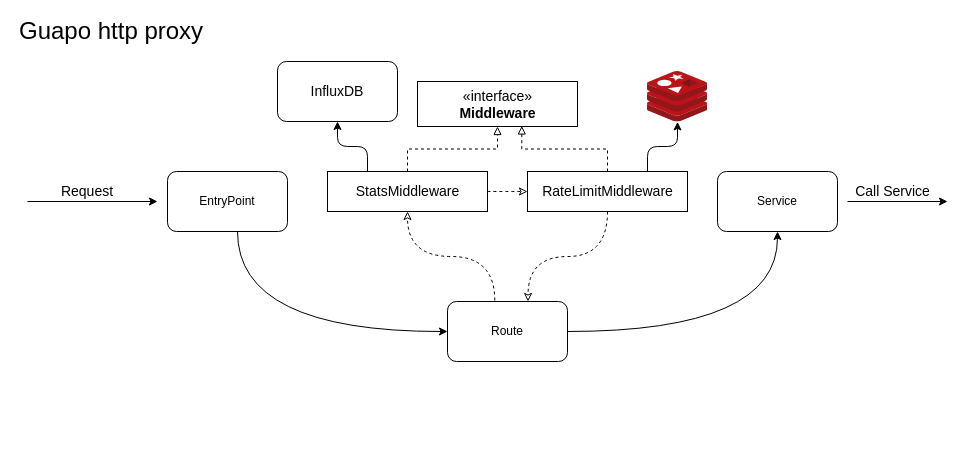
Above: proxy.drawio in edubarbieri/proxy (draw.io), before the change. Source tidied: cells renumbered, new cells numbered last; positions are measured from the earlier drawing's top-left corner, leaving out a move shared by most shapes. Both pictures are drawn from the tidied source at 100%, with x=0, y=0 at pixel (17, 21).
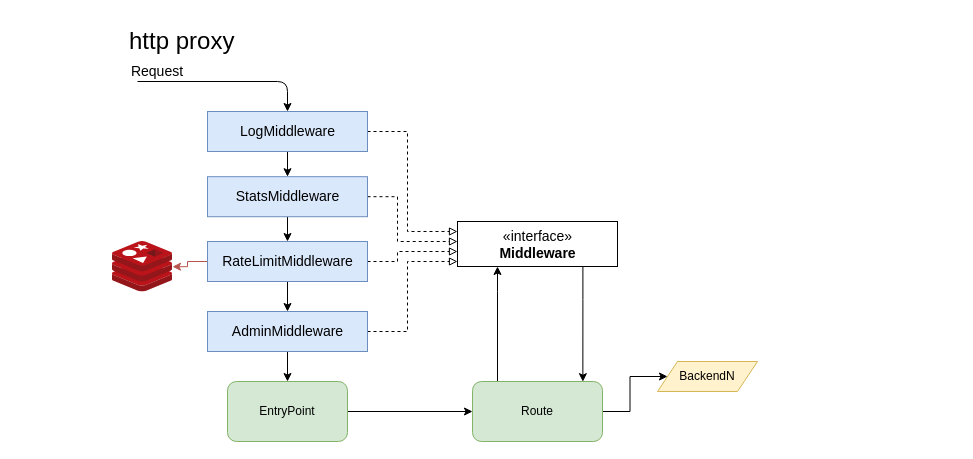
After the change.

The edit, as a diff of the source:
```diff
@@
-    <mxCell id="3" style="edgeStyle=orthogonalEdgeStyle;curved=1;jettySize=auto;html=1;entryX=0;entryY=0.5;entryDx=0;entryDy=0;endArrow=classic;endFill=1;fontSize=14;" parent="1" edge="1" source="4" target="19">
-      <mxGeometry relative="1" as="geometry">
-        <Array as="points">
-          <mxPoint x="220" y="310" />
-        </Array>
-      </mxGeometry>
+    <mxCell id="3" style="edgeStyle=orthogonalEdgeStyle;rounded=0;jettySize=auto;html=1;entryX=0;entryY=0.5;entryDx=0;entryDy=0;endArrow=classic;endFill=1;" parent="1" edge="1" source="4" target="19">
+      <mxGeometry relative="1" as="geometry" />
     </mxCell>
-    <mxCell id="4" value="EntryPoint" style="rounded=1;whiteSpace=wrap;html=1;" parent="1" vertex="1">
-      <mxGeometry x="150" y="150" width="120" height="60" as="geometry" />
+    <mxCell id="4" value="EntryPoint" style="rounded=1;whiteSpace=wrap;html=1;fillColor=#d5e8d4;strokeColor=#82b366;" parent="1" vertex="1">
+      <mxGeometry x="210" y="360" width="120" height="60" as="geometry" />
     </mxCell>
-    <mxCell id="5" value="Guapo http proxy" style="text;html=1;strokeColor=none;fillColor=none;align=left;verticalAlign=middle;whiteSpace=wrap;rounded=0;fontSize=24;" parent="1" vertex="1">
-      <mxGeometry width="270" height="20" as="geometry" />
+    <mxCell id="5" value="http proxy" style="text;html=1;strokeColor=none;fillColor=none;align=left;verticalAlign=middle;whiteSpace=wrap;rounded=0;fontSize=24;" parent="1" vertex="1">
+      <mxGeometry x="110" y="10" width="270" height="20" as="geometry" />
     </mxCell>
+    <mxCell id="25" style="edgeStyle=orthogonalEdgeStyle;rounded=0;jettySize=auto;html=1;entryX=0.849;entryY=0.003;entryDx=0;entryDy=0;entryPerimeter=0;endArrow=classic;endFill=1;" parent="1" edge="1" source="6" target="19">
+      <mxGeometry relative="1" as="geometry">
+        <Array as="points">
+          <mxPoint x="565" y="278" />
+        </Array>
+      </mxGeometry>
+    </mxCell>
     <mxCell id="6" value="«interface»&lt;br style=&quot;font-size: 14px&quot;&gt;&lt;b&gt;Middleware&lt;/b&gt;" style="html=1;fontSize=14;align=center;" parent="1" vertex="1">
-      <mxGeometry x="400" y="60" width="160" height="45" as="geometry" />
+      <mxGeometry x="440" y="200" width="160" height="45" as="geometry" />
     </mxCell>
-    <mxCell id="7" style="edgeStyle=orthogonalEdgeStyle;rounded=0;jettySize=auto;html=1;dashed=1;endArrow=block;endFill=0;fontSize=14;" parent="1" edge="1" source="10" target="6">
-      <mxGeometry relative="1" as="geometry" />
-    </mxCell>
-    <mxCell id="8" style="edgeStyle=orthogonalEdgeStyle;curved=1;jettySize=auto;html=1;entryX=0;entryY=0.5;entryDx=0;entryDy=0;dashed=1;endArrow=classic;endFill=0;fontSize=14;" parent="1" edge="1" source="10" target="15">
+    <mxCell id="8" style="edgeStyle=orthogonalEdgeStyle;rounded=0;jettySize=auto;html=1;entryX=0.5;entryY=0;entryDx=0;entryDy=0;" parent="1" edge="1" source="10" target="15">
       <mxGeometry relative="1" as="geometry" />
     </mxCell>
-    <mxCell id="9" style="edgeStyle=orthogonalEdgeStyle;rounded=1;jettySize=auto;html=1;endArrow=classic;endFill=1;fontSize=14;" parent="1" edge="1" source="10" target="22">
-      <mxGeometry relative="1" as="geometry">
-        <Array as="points">
-          <mxPoint x="350" y="125" />
-          <mxPoint x="320" y="125" />
-        </Array>
-      </mxGeometry>
-    </mxCell>
+    <mxCell id="26" style="edgeStyle=orthogonalEdgeStyle;rounded=0;jettySize=auto;html=1;dashed=1;endArrow=block;endFill=0;" parent="1" edge="1" source="10">
+      <mxGeometry relative="1" as="geometry">
+        <mxPoint x="440" y="220" as="targetPoint" />
+        <Array as="points">
+          <mxPoint x="380" y="175" />
+          <mxPoint x="380" y="220" />
+          <mxPoint x="440" y="220" />
+        </Array>
+      </mxGeometry>
+    </mxCell>
-    <mxCell id="10" value="StatsMiddleware" style="html=1;fontSize=14;align=center;" parent="1" vertex="1">
-      <mxGeometry x="310" y="150" width="160" height="40" as="geometry" />
+    <mxCell id="10" value="StatsMiddleware" style="html=1;fontSize=14;align=center;fillColor=#dae8fc;strokeColor=#6c8ebf;" parent="1" vertex="1">
+      <mxGeometry x="190" y="155.2" width="160" height="40" as="geometry" />
     </mxCell>
-    <mxCell id="11" style="endArrow=classic;html=1;fontSize=14;" parent="1" edge="1">
+    <mxCell id="11" style="endArrow=classic;html=1;fontSize=14;entryX=0.5;entryY=0;entryDx=0;entryDy=0;exitX=0;exitY=1;exitDx=0;exitDy=0;" parent="1" edge="1" source="12" target="34">
       <mxGeometry relative="1" as="geometry">
-        <mxPoint x="10" y="180" as="sourcePoint" />
-        <mxPoint x="140" y="180" as="targetPoint" />
+        <Array as="points">
+          <mxPoint x="270" y="60" />
+        </Array>
       </mxGeometry>
     </mxCell>
     <mxCell id="12" value="Request" style="text;html=1;strokeColor=none;fillColor=none;align=center;verticalAlign=middle;whiteSpace=wrap;rounded=0;fontSize=14;" parent="1" vertex="1">
-      <mxGeometry x="50" y="160" width="40" height="20" as="geometry" />
+      <mxGeometry x="120" y="40" width="40" height="20" as="geometry" />
     </mxCell>
-    <mxCell id="13" style="edgeStyle=orthogonalEdgeStyle;curved=1;jettySize=auto;html=1;entryX=0.671;entryY=-0.001;entryDx=0;entryDy=0;dashed=1;endArrow=classic;endFill=0;fontSize=14;entryPerimeter=0;" parent="1" edge="1" source="15" target="19">
-      <mxGeometry relative="1" as="geometry" />
-    </mxCell>
+    <mxCell id="27" style="edgeStyle=orthogonalEdgeStyle;rounded=0;jettySize=auto;html=1;entryX=0.25;entryY=1;entryDx=0;entryDy=0;endArrow=classic;endFill=1;" parent="1" edge="1" source="19" target="6">
+      <mxGeometry relative="1" as="geometry">
+        <Array as="points">
+          <mxPoint x="480" y="270" />
+          <mxPoint x="480" y="270" />
+        </Array>
+      </mxGeometry>
+    </mxCell>
+    <mxCell id="28" style="edgeStyle=orthogonalEdgeStyle;rounded=0;jettySize=auto;html=1;endArrow=classic;endFill=1;" parent="1" edge="1" source="19" target="37">
+      <mxGeometry relative="1" as="geometry" />
+    </mxCell>
+    <mxCell id="19" value="Route" style="rounded=1;whiteSpace=wrap;html=1;fillColor=#d5e8d4;strokeColor=#82b366;" parent="1" vertex="1">
+      <mxGeometry x="455" y="360" width="130" height="60" as="geometry" />
+    </mxCell>
+    <mxCell id="21" style="html=1;points=[];align=center;image;fontSize=12;image=img/lib/mscae/Cache_Redis_Product.svg;" parent="1" vertex="1">
+      <mxGeometry x="95" y="220" width="60" height="50.4" as="geometry" />
+    </mxCell>
+    <mxCell id="29" style="edgeStyle=orthogonalEdgeStyle;rounded=0;jettySize=auto;html=1;dashed=1;endArrow=block;endFill=0;" parent="1" edge="1" source="31">
+      <mxGeometry relative="1" as="geometry">
+        <mxPoint x="440" y="240" as="targetPoint" />
+        <Array as="points">
+          <mxPoint x="390" y="310" />
+          <mxPoint x="390" y="240" />
+          <mxPoint x="440" y="240" />
+        </Array>
+      </mxGeometry>
+    </mxCell>
+    <mxCell id="30" style="edgeStyle=orthogonalEdgeStyle;rounded=0;jettySize=auto;html=1;entryX=0.5;entryY=0;entryDx=0;entryDy=0;endArrow=classic;endFill=1;" parent="1" edge="1" source="31" target="4">
+      <mxGeometry relative="1" as="geometry">
+        <Array as="points">
+          <mxPoint x="270" y="360" />
+        </Array>
+      </mxGeometry>
+    </mxCell>
+    <mxCell id="31" value="AdminMiddleware" style="html=1;fontSize=14;align=center;fillColor=#dae8fc;strokeColor=#6c8ebf;" parent="1" vertex="1">
+      <mxGeometry x="190" y="290" width="160" height="40" as="geometry" />
+    </mxCell>
+    <mxCell id="32" style="edgeStyle=orthogonalEdgeStyle;rounded=0;jettySize=auto;html=1;entryX=0.5;entryY=0;entryDx=0;entryDy=0;" parent="1" edge="1" source="34" target="10">
+      <mxGeometry relative="1" as="geometry" />
+    </mxCell>
+    <mxCell id="33" style="edgeStyle=orthogonalEdgeStyle;rounded=0;jettySize=auto;html=1;entryX=0;entryY=0.222;entryDx=0;entryDy=0;entryPerimeter=0;dashed=1;endArrow=block;endFill=0;" parent="1" edge="1" source="34" target="6">
+      <mxGeometry relative="1" as="geometry">
+        <Array as="points">
+          <mxPoint x="390" y="110" />
+          <mxPoint x="390" y="210" />
+        </Array>
+      </mxGeometry>
+    </mxCell>
+    <mxCell id="34" value="LogMiddleware" style="html=1;fontSize=14;align=center;fillColor=#dae8fc;strokeColor=#6c8ebf;" parent="1" vertex="1">
+      <mxGeometry x="190" y="90" width="160" height="40" as="geometry" />
+    </mxCell>
+    <mxCell id="35" style="edgeStyle=orthogonalEdgeStyle;rounded=0;jettySize=auto;html=1;entryX=0.5;entryY=0;entryDx=0;entryDy=0;" parent="1" edge="1" source="15" target="31">
+      <mxGeometry relative="1" as="geometry" />
+    </mxCell>
+    <mxCell id="36" style="edgeStyle=orthogonalEdgeStyle;rounded=0;jettySize=auto;html=1;dashed=1;endArrow=block;endFill=0;" parent="1" edge="1" source="15">
+      <mxGeometry relative="1" as="geometry">
+        <mxPoint x="440" y="230" as="targetPoint" />
+        <Array as="points">
+          <mxPoint x="380" y="240" />
+          <mxPoint x="380" y="230" />
+          <mxPoint x="440" y="230" />
+        </Array>
+      </mxGeometry>
+    </mxCell>
-    <mxCell id="14" style="edgeStyle=orthogonalEdgeStyle;rounded=1;jettySize=auto;html=1;endArrow=classic;endFill=1;fontSize=14;" parent="1" edge="1" source="15" target="21">
-      <mxGeometry relative="1" as="geometry">
-        <Array as="points">
-          <mxPoint x="630" y="125" />
-          <mxPoint x="660" y="125" />
-        </Array>
-      </mxGeometry>
+    <mxCell id="14" style="edgeStyle=orthogonalEdgeStyle;rounded=0;jettySize=auto;html=1;endArrow=classic;endFill=1;fillColor=#f8cecc;strokeColor=#b85450;" parent="1" edge="1" source="15" target="21">
+      <mxGeometry relative="1" as="geometry" />
     </mxCell>
-    <mxCell id="15" value="RateLimitMiddleware" style="html=1;fontSize=14;align=center;" parent="1" vertex="1">
-      <mxGeometry x="510" y="150" width="160" height="40" as="geometry" />
+    <mxCell id="15" value="RateLimitMiddleware" style="html=1;fontSize=14;align=center;fillColor=#dae8fc;strokeColor=#6c8ebf;" parent="1" vertex="1">
+      <mxGeometry x="190" y="220" width="160" height="40" as="geometry" />
     </mxCell>
-    <mxCell id="16" style="edgeStyle=orthogonalEdgeStyle;rounded=0;jettySize=auto;html=1;dashed=1;endArrow=block;endFill=0;fontSize=14;exitX=0.5;exitY=0;exitDx=0;exitDy=0;entryX=0.652;entryY=0.988;entryDx=0;entryDy=0;entryPerimeter=0;" parent="1" edge="1" source="15" target="6">
-      <mxGeometry relative="1" as="geometry" />
-    </mxCell>
-    <mxCell id="17" style="edgeStyle=orthogonalEdgeStyle;curved=1;jettySize=auto;html=1;endArrow=classic;endFill=0;fontSize=14;dashed=1;exitX=0.394;exitY=-0.016;exitDx=0;exitDy=0;exitPerimeter=0;" parent="1" edge="1" source="19" target="10">
-      <mxGeometry relative="1" as="geometry" />
-    </mxCell>
-    <mxCell id="18" style="edgeStyle=orthogonalEdgeStyle;curved=1;jettySize=auto;html=1;entryX=0.5;entryY=1;entryDx=0;entryDy=0;endArrow=classic;endFill=1;fontSize=14;" parent="1" edge="1" source="19" target="20">
-      <mxGeometry relative="1" as="geometry" />
-    </mxCell>
-    <mxCell id="19" value="Route" style="rounded=1;whiteSpace=wrap;html=1;" parent="1" vertex="1">
-      <mxGeometry x="430" y="280" width="120" height="60" as="geometry" />
-    </mxCell>
-    <mxCell id="20" value="Service" style="rounded=1;whiteSpace=wrap;html=1;" parent="1" vertex="1">
-      <mxGeometry x="700" y="150" width="120" height="60" as="geometry" />
-    </mxCell>
-    <mxCell id="21" style="html=1;points=[];align=center;image;fontSize=12;image=img/lib/mscae/Cache_Redis_Product.svg;" parent="1" vertex="1">
-      <mxGeometry x="630" y="50" width="60" height="50.4" as="geometry" />
-    </mxCell>
-    <mxCell id="22" value="InfluxDB" style="rounded=1;whiteSpace=wrap;html=1;fontSize=14;align=center;" parent="1" vertex="1">
-      <mxGeometry x="260" y="40" width="120" height="60" as="geometry" />
-    </mxCell>
-    <mxCell id="23" style="endArrow=classic;html=1;fontSize=14;" parent="1" edge="1">
-      <mxGeometry relative="1" as="geometry">
-        <mxPoint x="830" y="180" as="sourcePoint" />
-        <mxPoint x="930" y="180" as="targetPoint" />
-      </mxGeometry>
-    </mxCell>
-    <mxCell id="24" value="Call Service" style="text;html=1;align=center;verticalAlign=middle;fontSize=14;" parent="1" vertex="1">
-      <mxGeometry x="830" y="160" width="90" height="20" as="geometry" />
-    </mxCell>
+    <mxCell id="37" value="BackendN" style="shape=parallelogram;perimeter=parallelogramPerimeter;whiteSpace=wrap;html=1;fixedSize=1;fillColor=#fff2cc;strokeColor=#d6b656;" parent="1" vertex="1">
+      <mxGeometry x="640" y="340" width="100" height="30" as="geometry" />
+    </mxCell>
```
